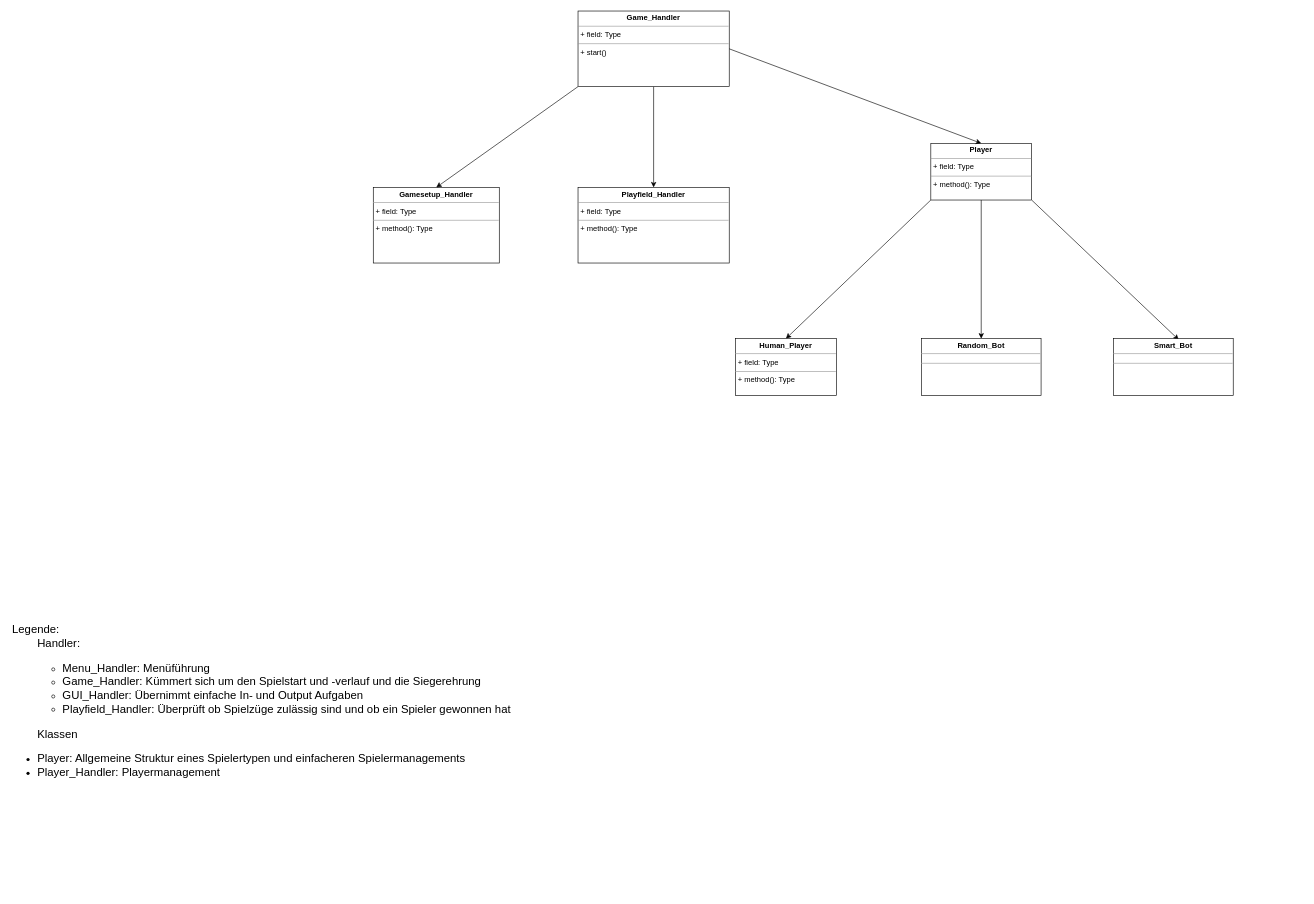
This is Programm.drawio from Davorus/TicTacToe, a draw.io file, before an edit. Source tidied: cells renumbered, new cells numbered last; positions are measured from the earlier drawing's top-left corner, leaving out a move shared by most shapes. Both pictures are drawn from the tidied source at 63%, with x=0, y=0 at pixel (11, 11).
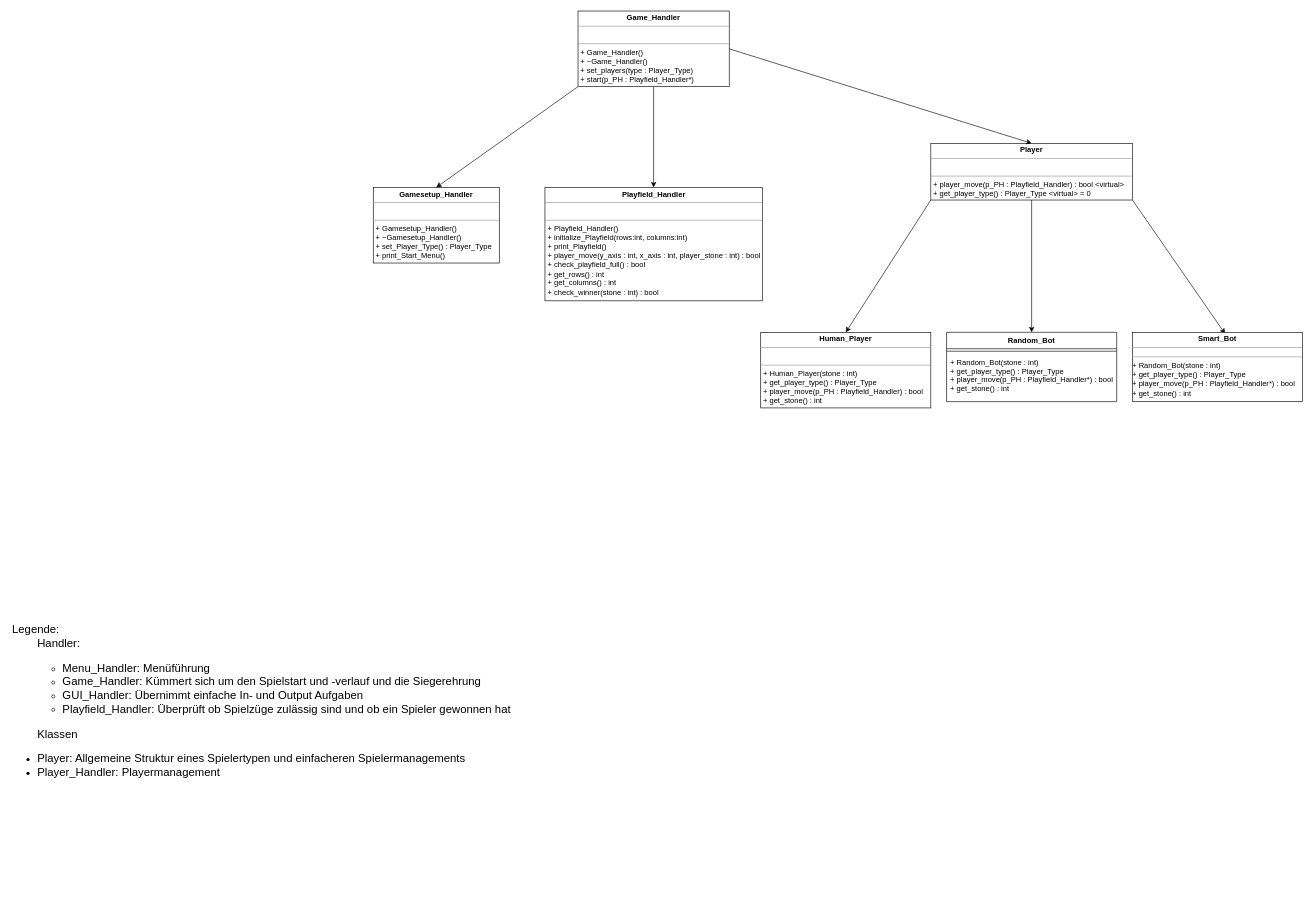
The same diagram, later.

Commit message (it also covers changes not shown here):
Toten Code entfernt und UML erweitert

Change to the diagram source:
```diff
@@
 <mxGraphModel>
   <root>
     <mxCell id="0" />
     <mxCell id="1" parent="0" />
-    <mxCell id="2" value="&lt;p style=&quot;margin: 0px ; margin-top: 4px ; text-align: center&quot;&gt;&lt;b&gt;Gamesetup_Handler&lt;/b&gt;&lt;/p&gt;&lt;hr size=&quot;1&quot;&gt;&lt;p style=&quot;margin: 0px ; margin-left: 4px&quot;&gt;+ field: Type&lt;/p&gt;&lt;hr size=&quot;1&quot;&gt;&lt;p style=&quot;margin: 0px ; margin-left: 4px&quot;&gt;+ method(): Type&lt;/p&gt;" style="verticalAlign=top;align=left;overflow=fill;fontSize=12;fontFamily=Helvetica;html=1;" parent="1" vertex="1">
+    <mxCell id="2" value="&lt;p style=&quot;margin: 0px ; margin-top: 4px ; text-align: center&quot;&gt;&lt;b&gt;Gamesetup_Handler&lt;/b&gt;&lt;/p&gt;&lt;hr size=&quot;1&quot;&gt;&lt;p style=&quot;margin: 0px ; margin-left: 4px&quot;&gt;&lt;br&gt;&lt;/p&gt;&lt;hr size=&quot;1&quot;&gt;&lt;p style=&quot;margin: 0px ; margin-left: 4px&quot;&gt;+ Gamesetup_Handler()&lt;/p&gt;&lt;p style=&quot;margin: 0px ; margin-left: 4px&quot;&gt;+ ~Gamesetup_Handler()&lt;/p&gt;&lt;p style=&quot;margin: 0px ; margin-left: 4px&quot;&gt;+ set_Player_Type() : Player_Type&lt;/p&gt;&lt;p style=&quot;margin: 0px ; margin-left: 4px&quot;&gt;+ print_Start_Menu()&lt;/p&gt;" style="verticalAlign=top;align=left;overflow=fill;fontSize=12;fontFamily=Helvetica;html=1;" parent="1" vertex="1">
       <mxGeometry x="575" y="280" width="200" height="120" as="geometry" />
     </mxCell>
     <mxCell id="3" style="edgeStyle=none;html=1;exitX=0.5;exitY=1;exitDx=0;exitDy=0;entryX=0.5;entryY=0;entryDx=0;entryDy=0;" parent="1" edge="1" source="5" target="6">
       <mxGeometry relative="1" as="geometry" />
     </mxCell>
     <mxCell id="4" style="edgeStyle=none;html=1;exitX=0;exitY=1;exitDx=0;exitDy=0;entryX=0.5;entryY=0;entryDx=0;entryDy=0;" parent="1" edge="1" source="5" target="2">
       <mxGeometry relative="1" as="geometry" />
     </mxCell>
-    <mxCell id="5" value="&lt;p style=&quot;margin: 0px ; margin-top: 4px ; text-align: center&quot;&gt;&lt;b&gt;Game_Handler&lt;/b&gt;&lt;/p&gt;&lt;hr size=&quot;1&quot;&gt;&lt;p style=&quot;margin: 0px ; margin-left: 4px&quot;&gt;+ field: Type&lt;/p&gt;&lt;hr size=&quot;1&quot;&gt;&lt;p style=&quot;margin: 0px ; margin-left: 4px&quot;&gt;+ start()&lt;/p&gt;" style="verticalAlign=top;align=left;overflow=fill;fontSize=12;fontFamily=Helvetica;html=1;" parent="1" vertex="1">
+    <mxCell id="5" value="&lt;p style=&quot;margin: 0px ; margin-top: 4px ; text-align: center&quot;&gt;&lt;b&gt;Game_Handler&lt;/b&gt;&lt;/p&gt;&lt;hr size=&quot;1&quot;&gt;&lt;p style=&quot;margin: 0px ; margin-left: 4px&quot;&gt;&lt;br&gt;&lt;/p&gt;&lt;hr size=&quot;1&quot;&gt;&lt;p style=&quot;margin: 0px ; margin-left: 4px&quot;&gt;+ Game_Handler()&lt;/p&gt;&lt;p style=&quot;margin: 0px ; margin-left: 4px&quot;&gt;+ ~Game_Handler()&lt;/p&gt;&lt;p style=&quot;margin: 0px ; margin-left: 4px&quot;&gt;+ set_players(type : Player_Type)&lt;/p&gt;&lt;p style=&quot;margin: 0px ; margin-left: 4px&quot;&gt;+ start(p_PH : Playfield_Handler*)&lt;/p&gt;" style="verticalAlign=top;align=left;overflow=fill;fontSize=12;fontFamily=Helvetica;html=1;" parent="1" vertex="1">
       <mxGeometry x="900" width="240" height="120" as="geometry" />
     </mxCell>
-    <mxCell id="6" value="&lt;p style=&quot;margin: 0px ; margin-top: 4px ; text-align: center&quot;&gt;&lt;b&gt;Playfield_Handler&lt;/b&gt;&lt;/p&gt;&lt;hr size=&quot;1&quot;&gt;&lt;p style=&quot;margin: 0px ; margin-left: 4px&quot;&gt;+ field: Type&lt;/p&gt;&lt;hr size=&quot;1&quot;&gt;&lt;p style=&quot;margin: 0px ; margin-left: 4px&quot;&gt;+ method(): Type&lt;/p&gt;" style="verticalAlign=top;align=left;overflow=fill;fontSize=12;fontFamily=Helvetica;html=1;" parent="1" vertex="1">
-      <mxGeometry x="900" y="280" width="240" height="120" as="geometry" />
+    <mxCell id="6" value="&lt;p style=&quot;margin: 0px ; margin-top: 4px ; text-align: center&quot;&gt;&lt;b&gt;Playfield_Handler&lt;/b&gt;&lt;/p&gt;&lt;hr size=&quot;1&quot;&gt;&lt;p style=&quot;margin: 0px ; margin-left: 4px&quot;&gt;&lt;br&gt;&lt;/p&gt;&lt;hr size=&quot;1&quot;&gt;&lt;p style=&quot;margin: 0px ; margin-left: 4px&quot;&gt;+ Playfield_Handler()&lt;/p&gt;&lt;p style=&quot;margin: 0px ; margin-left: 4px&quot;&gt;+ initialize_Playfield(rows:int, columns:int)&lt;/p&gt;&lt;p style=&quot;margin: 0px ; margin-left: 4px&quot;&gt;+ print_Playfield()&lt;/p&gt;&lt;p style=&quot;margin: 0px ; margin-left: 4px&quot;&gt;+ player_move(y_axis : int, x_axis : int, player_stone : int) : bool&lt;/p&gt;&lt;p style=&quot;margin: 0px ; margin-left: 4px&quot;&gt;+ check_playfield_full() : bool&lt;/p&gt;&lt;p style=&quot;margin: 0px ; margin-left: 4px&quot;&gt;+ get_rows() : int&lt;/p&gt;&lt;p style=&quot;margin: 0px ; margin-left: 4px&quot;&gt;+ get_columns() : int&lt;/p&gt;&lt;p style=&quot;margin: 0px ; margin-left: 4px&quot;&gt;+ check_winner(stone : int) : bool&lt;/p&gt;&lt;p style=&quot;margin: 0px ; margin-left: 4px&quot;&gt;&lt;br&gt;&lt;/p&gt;" style="verticalAlign=top;align=left;overflow=fill;fontSize=12;fontFamily=Helvetica;html=1;" parent="1" vertex="1">
+      <mxGeometry x="847.5" y="280" width="345" height="180" as="geometry" />
     </mxCell>
     <mxCell id="7" style="edgeStyle=none;html=1;exitX=0;exitY=1;exitDx=0;exitDy=0;entryX=0.5;entryY=0;entryDx=0;entryDy=0;" parent="1" edge="1" source="8" target="9">
       <mxGeometry relative="1" as="geometry" />
     </mxCell>
-    <mxCell id="8" value="&lt;p style=&quot;margin: 0px ; margin-top: 4px ; text-align: center&quot;&gt;&lt;b&gt;Player&lt;/b&gt;&lt;/p&gt;&lt;hr size=&quot;1&quot;&gt;&lt;p style=&quot;margin: 0px ; margin-left: 4px&quot;&gt;+ field: Type&lt;/p&gt;&lt;hr size=&quot;1&quot;&gt;&lt;p style=&quot;margin: 0px ; margin-left: 4px&quot;&gt;+ method(): Type&lt;/p&gt;" style="verticalAlign=top;align=left;overflow=fill;fontSize=12;fontFamily=Helvetica;html=1;" parent="1" vertex="1">
-      <mxGeometry x="1460" y="210" width="160" height="90" as="geometry" />
+    <mxCell id="8" value="&lt;p style=&quot;margin: 0px ; margin-top: 4px ; text-align: center&quot;&gt;&lt;b&gt;Player&lt;/b&gt;&lt;/p&gt;&lt;hr size=&quot;1&quot;&gt;&lt;p style=&quot;margin: 0px ; margin-left: 4px&quot;&gt;&lt;br&gt;&lt;/p&gt;&lt;hr size=&quot;1&quot;&gt;&lt;p style=&quot;margin: 0px ; margin-left: 4px&quot;&gt;+ player_move(p_PH : Playfield_Handler) : bool &amp;lt;virtual&amp;gt;&lt;/p&gt;&lt;p style=&quot;margin: 0px ; margin-left: 4px&quot;&gt;+ get_player_type() : Player_Type &amp;lt;virtual&amp;gt; = 0&lt;/p&gt;" style="verticalAlign=top;align=left;overflow=fill;fontSize=12;fontFamily=Helvetica;html=1;" parent="1" vertex="1">
+      <mxGeometry x="1460" y="210" width="320" height="90" as="geometry" />
     </mxCell>
-    <mxCell id="9" value="&lt;p style=&quot;margin: 0px ; margin-top: 4px ; text-align: center&quot;&gt;&lt;b&gt;Human_Player&lt;/b&gt;&lt;/p&gt;&lt;hr size=&quot;1&quot;&gt;&lt;p style=&quot;margin: 0px ; margin-left: 4px&quot;&gt;+ field: Type&lt;/p&gt;&lt;hr size=&quot;1&quot;&gt;&lt;p style=&quot;margin: 0px ; margin-left: 4px&quot;&gt;+ method(): Type&lt;/p&gt;" style="verticalAlign=top;align=left;overflow=fill;fontSize=12;fontFamily=Helvetica;html=1;" parent="1" vertex="1">
-      <mxGeometry x="1150" y="520" width="160" height="90" as="geometry" />
+    <mxCell id="9" value="&lt;p style=&quot;margin: 0px ; margin-top: 4px ; text-align: center&quot;&gt;&lt;b&gt;Human_Player&lt;/b&gt;&lt;/p&gt;&lt;hr size=&quot;1&quot;&gt;&lt;p style=&quot;margin: 0px ; margin-left: 4px&quot;&gt;&lt;br&gt;&lt;/p&gt;&lt;hr size=&quot;1&quot;&gt;&lt;p style=&quot;margin: 0px ; margin-left: 4px&quot;&gt;+ Human_Player(stone : int)&lt;/p&gt;&lt;p style=&quot;margin: 0px ; margin-left: 4px&quot;&gt;+ get_player_type() : Player_Type&lt;/p&gt;&lt;p style=&quot;margin: 0px ; margin-left: 4px&quot;&gt;+ player_move(p_PH : Playfield_Handler) : bool&lt;/p&gt;&lt;p style=&quot;margin: 0px ; margin-left: 4px&quot;&gt;+ get_stone() : int&lt;/p&gt;" style="verticalAlign=top;align=left;overflow=fill;fontSize=12;fontFamily=Helvetica;html=1;" parent="1" vertex="1">
+      <mxGeometry x="1190" y="510" width="270" height="120" as="geometry" />
     </mxCell>
     <mxCell id="10" style="edgeStyle=none;html=1;entryX=0.5;entryY=0;entryDx=0;entryDy=0;exitX=0.5;exitY=1;exitDx=0;exitDy=0;" parent="1" edge="1" source="8" target="13">
       <mxGeometry relative="1" as="geometry" />
     </mxCell>
     <mxCell id="11" style="edgeStyle=none;html=1;exitX=1;exitY=1;exitDx=0;exitDy=0;entryX=0.545;entryY=0.021;entryDx=0;entryDy=0;entryPerimeter=0;" parent="1" edge="1" source="8" target="14">
       <mxGeometry relative="1" as="geometry" />
     </mxCell>
     <mxCell id="12" value="&lt;font style=&quot;font-size: 18px&quot;&gt;Legende:&lt;br&gt;&lt;span style=&quot;white-space: pre&quot;&gt;&#9;&lt;/span&gt;Handler:&lt;br&gt;&lt;/font&gt;&lt;ul style=&quot;font-size: 18px&quot;&gt;&lt;ul&gt;&lt;li&gt;&lt;font style=&quot;font-size: 18px&quot;&gt;Menu_Handler: Menüführung&lt;/font&gt;&lt;/li&gt;&lt;li&gt;&lt;font style=&quot;font-size: 18px&quot;&gt;Game_Handler: Kümmert sich um den Spielstart und -verlauf und die Siegerehrung&lt;/font&gt;&lt;/li&gt;&lt;li&gt;&lt;font style=&quot;font-size: 18px&quot;&gt;GUI_Handler: Übernimmt einfache In- und Output Aufgaben&lt;/font&gt;&lt;/li&gt;&lt;li&gt;&lt;font style=&quot;font-size: 18px&quot;&gt;Playfield_Handler: Überprüft ob Spielzüge zulässig sind und ob ein Spieler gewonnen hat&lt;/font&gt;&lt;/li&gt;&lt;/ul&gt;&lt;/ul&gt;&lt;font style=&quot;font-size: 18px&quot;&gt;&lt;span style=&quot;white-space: pre&quot;&gt;&#9;&lt;/span&gt;Klassen&lt;br&gt;&lt;/font&gt;&lt;ul style=&quot;font-size: 18px&quot;&gt;&lt;li&gt;&lt;font style=&quot;font-size: 18px&quot;&gt;Player: Allgemeine Struktur eines Spielertypen und einfacheren Spielermanagements&lt;/font&gt;&lt;/li&gt;&lt;li&gt;&lt;font style=&quot;font-size: 18px&quot;&gt;Player_Handler: Playermanagement&lt;/font&gt;&lt;/li&gt;&lt;/ul&gt;" style="text;html=1;strokeColor=none;fillColor=none;align=left;verticalAlign=middle;whiteSpace=wrap;rounded=0;" parent="1" vertex="1">
       <mxGeometry y="810" width="1350" height="590" as="geometry" />
     </mxCell>
-    <mxCell id="13" value="&lt;p style=&quot;margin: 0px ; margin-top: 4px ; text-align: center&quot;&gt;&lt;b&gt;Random_Bot&lt;/b&gt;&lt;/p&gt;&lt;hr size=&quot;1&quot;&gt;&lt;div style=&quot;height: 2px&quot;&gt;&lt;/div&gt;&lt;hr size=&quot;1&quot;&gt;&lt;div style=&quot;height: 2px&quot;&gt;&lt;/div&gt;" style="verticalAlign=top;align=left;overflow=fill;fontSize=12;fontFamily=Helvetica;html=1;" parent="1" vertex="1">
-      <mxGeometry x="1445" y="520" width="190" height="90" as="geometry" />
-    </mxCell>
-    <mxCell id="14" value="&lt;p style=&quot;margin: 0px ; margin-top: 4px ; text-align: center&quot;&gt;&lt;b&gt;Smart_Bot&lt;/b&gt;&lt;/p&gt;&lt;hr size=&quot;1&quot;&gt;&lt;div style=&quot;height: 2px&quot;&gt;&lt;/div&gt;&lt;hr size=&quot;1&quot;&gt;&lt;div style=&quot;height: 2px&quot;&gt;&lt;/div&gt;" style="verticalAlign=top;align=left;overflow=fill;fontSize=12;fontFamily=Helvetica;html=1;" parent="1" vertex="1">
-      <mxGeometry x="1750" y="520" width="190" height="90" as="geometry" />
+    <mxCell id="14" value="&lt;p style=&quot;margin: 0px ; margin-top: 4px ; text-align: center&quot;&gt;&lt;b&gt;Smart_Bot&lt;/b&gt;&lt;/p&gt;&lt;hr size=&quot;1&quot;&gt;&lt;div style=&quot;height: 2px&quot;&gt;&lt;/div&gt;&lt;hr size=&quot;1&quot;&gt;&lt;div style=&quot;height: 2px&quot;&gt;+ Random_Bot(stone : int)&lt;br style=&quot;padding: 0px ; margin: 0px&quot;&gt;+ get_player_type() : Player_Type&lt;br style=&quot;padding: 0px ; margin: 0px&quot;&gt;+ player_move(p_PH : Playfield_Handler*) : bool&lt;br style=&quot;padding: 0px ; margin: 0px&quot;&gt;+ get_stone() : int&lt;/div&gt;" style="verticalAlign=top;align=left;overflow=fill;fontSize=12;fontFamily=Helvetica;html=1;" parent="1" vertex="1">
+      <mxGeometry x="1780" y="510" width="270" height="110" as="geometry" />
     </mxCell>
     <mxCell id="15" style="edgeStyle=none;html=1;exitX=1;exitY=0.5;exitDx=0;exitDy=0;entryX=0.5;entryY=0;entryDx=0;entryDy=0;" parent="1" edge="1" source="5" target="8">
       <mxGeometry relative="1" as="geometry" />
     </mxCell>
+    <mxCell id="13" value="Random_Bot" style="swimlane;fontStyle=1;align=center;verticalAlign=top;horizontal=1;startSize=26;" parent="1" vertex="1">
+      <mxGeometry x="1485" y="510" width="270" height="110" as="geometry" />
+    </mxCell>
+    <mxCell id="16" style="line;strokeWidth=1;fillColor=none;align=left;verticalAlign=middle;spacingTop=-1;spacingLeft=3;spacingRight=3;labelPosition=right;" parent="13" vertex="1">
+      <mxGeometry y="26" width="270" height="8" as="geometry" />
+    </mxCell>
+    <mxCell id="17" value="+ Random_Bot(stone : int)&#10;+ get_player_type() : Player_Type&#10;+ player_move(p_PH : Playfield_Handler*) : bool&#10;+ get_stone() : int" style="text;strokeColor=none;fillColor=none;align=left;verticalAlign=top;spacingLeft=4;spacingRight=4;overflow=hidden;" parent="13" vertex="1">
+      <mxGeometry y="34" width="270" height="76" as="geometry" />
+    </mxCell>
   </root>
 </mxGraphModel>
```
